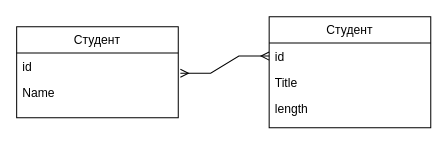
The draw.io diagram ER схема для тестового.drawio in pytonuserouner/UML_study, before the edit. Source tidied: cells renumbered, new cells numbered last; positions are measured from the earlier drawing's top-left corner, leaving out a move shared by most shapes. Both pictures are drawn from the tidied source at 101%, with x=0, y=0 at pixel (16, 16).
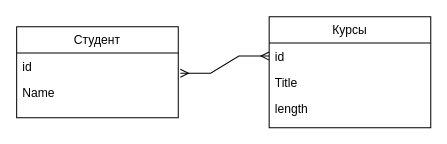
The same diagram, later.

The edit, as a diff of the source:
```diff
@@
 <mxGraphModel>
   <root>
     <mxCell id="0" />
     <mxCell id="1" parent="0" />
     <mxCell id="2" value="Студент" style="swimlane;fontStyle=0;align=center;verticalAlign=top;horizontal=1;startSize=26;rounded=0;shadow=0;strokeWidth=1;" parent="1" vertex="1">
       <mxGeometry y="10" width="160" height="90" as="geometry" />
     </mxCell>
     <mxCell id="3" value="id" style="text;align=left;verticalAlign=top;spacingLeft=4;spacingRight=4;overflow=hidden;points=[[0,0.5],[1,0.5]];portConstraint=eastwest;" parent="2" vertex="1">
       <mxGeometry y="26" width="160" height="26" as="geometry" />
     </mxCell>
     <mxCell id="4" value="Name" style="text;align=left;verticalAlign=top;spacingLeft=4;spacingRight=4;overflow=hidden;rounded=0;shadow=0;html=0;" parent="2" vertex="1">
       <mxGeometry y="52" width="160" height="26" as="geometry" />
     </mxCell>
-    <mxCell id="5" value="Студент" style="swimlane;fontStyle=0;align=center;verticalAlign=top;horizontal=1;startSize=26;rounded=0;shadow=0;strokeWidth=1;" parent="1" vertex="1">
+    <mxCell id="5" value="Курсы" style="swimlane;fontStyle=0;align=center;verticalAlign=top;horizontal=1;startSize=26;rounded=0;shadow=0;strokeWidth=1;" parent="1" vertex="1">
       <mxGeometry x="250" width="160" height="110" as="geometry" />
     </mxCell>
     <mxCell id="6" value="id" style="text;align=left;verticalAlign=top;spacingLeft=4;spacingRight=4;overflow=hidden;points=[[0,0.5],[1,0.5]];portConstraint=eastwest;" parent="5" vertex="1">
       <mxGeometry y="26" width="160" height="26" as="geometry" />
     </mxCell>
     <mxCell id="7" value="Title" style="text;align=left;verticalAlign=top;spacingLeft=4;spacingRight=4;overflow=hidden;rounded=0;shadow=0;html=0;" parent="5" vertex="1">
       <mxGeometry y="52" width="160" height="26" as="geometry" />
     </mxCell>
     <mxCell id="8" value="length" style="text;align=left;verticalAlign=top;spacingLeft=4;spacingRight=4;overflow=hidden;rounded=0;shadow=0;html=0;" parent="5" vertex="1">
       <mxGeometry y="78" width="160" height="22" as="geometry" />
     </mxCell>
     <mxCell id="9" style="edgeStyle=entityRelationEdgeStyle;fontSize=12;html=1;endArrow=ERmany;startArrow=ERmany;rounded=0;exitX=1.013;exitY=0.769;exitDx=0;exitDy=0;exitPerimeter=0;entryX=0;entryY=0.5;entryDx=0;entryDy=0;" parent="1" edge="1" source="3" target="6">
       <mxGeometry relative="1" as="geometry" />
     </mxCell>
   </root>
 </mxGraphModel>
```
